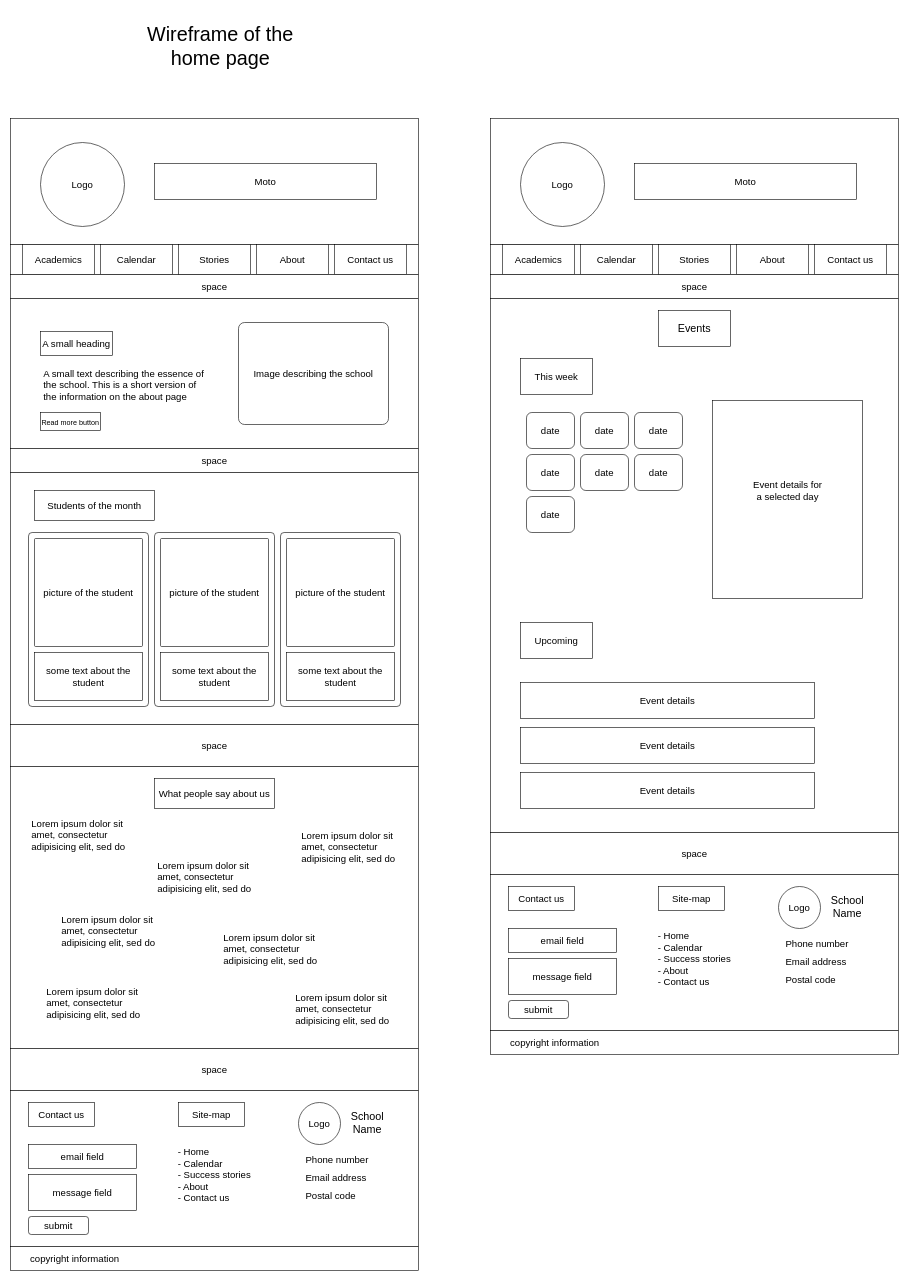
Above: calendar_page_wireframe.drawio in sami-bre/UGR-0848-13 (draw.io), before the change. Source tidied: cells renumbered, new cells numbered last; positions are measured from the earlier drawing's top-left corner, leaving out a move shared by most shapes. Both pictures are drawn from the tidied source at 60%, with x=0, y=0 at pixel (10, 16).
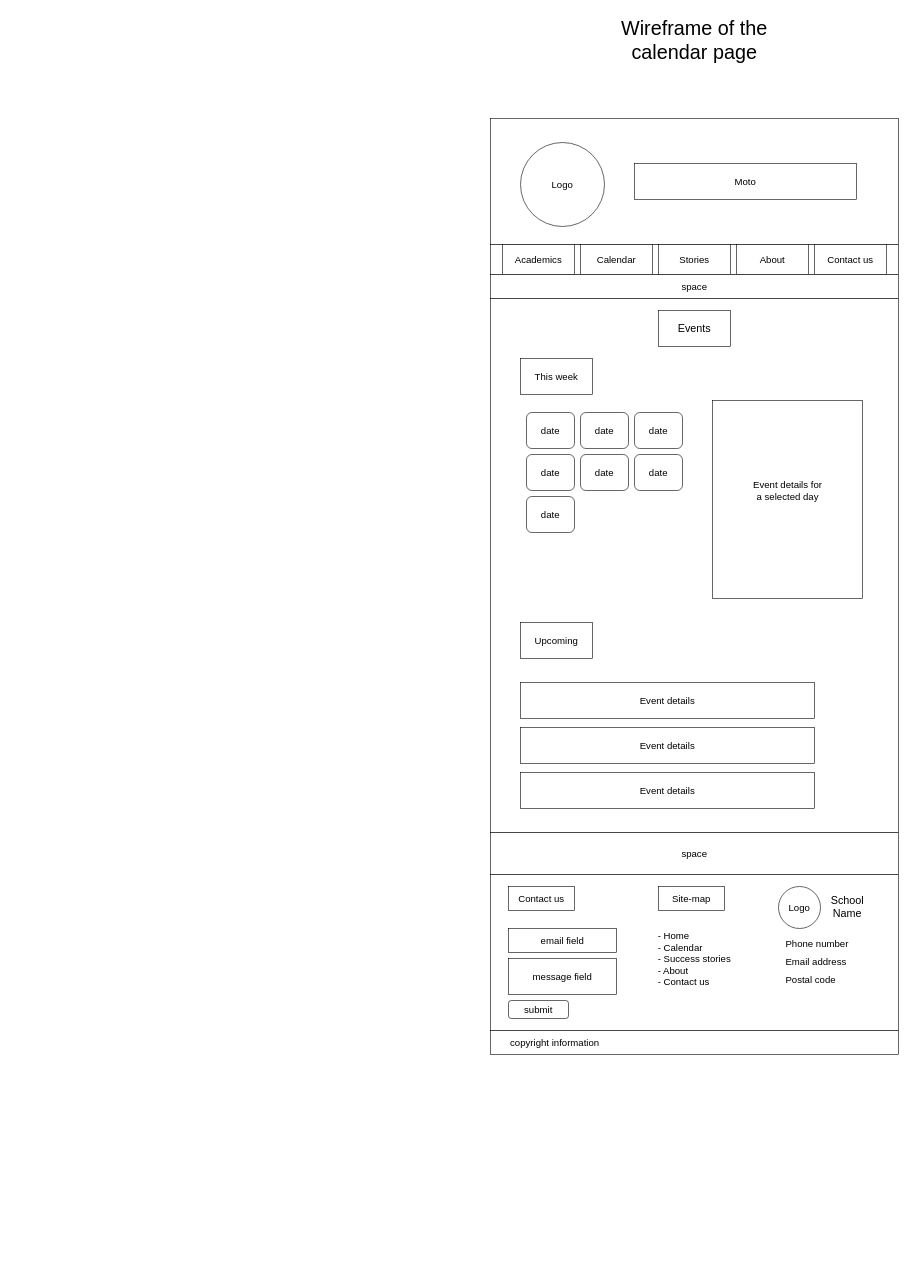
Above is the later version.

What changed in the source:
```diff
@@
-    <mxCell id="2" style="rounded=0;whiteSpace=wrap;html=1;" parent="1" vertex="1">
-      <mxGeometry y="170" width="680" height="210" as="geometry" />
-    </mxCell>
-    <mxCell id="3" value="&lt;font style=&quot;font-size: 16px;&quot;&gt;Logo&lt;/font&gt;" style="ellipse;whiteSpace=wrap;html=1;" parent="1" vertex="1">
-      <mxGeometry x="50" y="210" width="140" height="140" as="geometry" />
-    </mxCell>
-    <mxCell id="4" value="Moto" style="rounded=0;whiteSpace=wrap;html=1;fontSize=16;" parent="1" vertex="1">
-      <mxGeometry x="240" y="245" width="370" height="60" as="geometry" />
-    </mxCell>
-    <mxCell id="5" style="rounded=0;whiteSpace=wrap;html=1;fontSize=16;" parent="1" vertex="1">
-      <mxGeometry y="380" width="680" height="50" as="geometry" />
-    </mxCell>
-    <mxCell id="6" value="Academics" style="rounded=0;whiteSpace=wrap;html=1;fontSize=16;" parent="1" vertex="1">
-      <mxGeometry x="20" y="380" width="120" height="50" as="geometry" />
-    </mxCell>
-    <mxCell id="7" value="Calendar" style="rounded=0;whiteSpace=wrap;html=1;fontSize=16;" parent="1" vertex="1">
-      <mxGeometry x="150" y="380" width="120" height="50" as="geometry" />
-    </mxCell>
-    <mxCell id="8" value="About" style="rounded=0;whiteSpace=wrap;html=1;fontSize=16;" parent="1" vertex="1">
-      <mxGeometry x="410" y="380" width="120" height="50" as="geometry" />
-    </mxCell>
-    <mxCell id="9" value="Contact us" style="rounded=0;whiteSpace=wrap;html=1;fontSize=16;" parent="1" vertex="1">
-      <mxGeometry x="540" y="380" width="120" height="50" as="geometry" />
-    </mxCell>
-    <mxCell id="10" style="rounded=0;whiteSpace=wrap;html=1;fontSize=16;" parent="1" vertex="1">
-      <mxGeometry y="470" width="680" height="250" as="geometry" />
-    </mxCell>
-    <mxCell id="11" value="Image describing the school" style="rounded=1;whiteSpace=wrap;html=1;fontSize=16;arcSize=6;" parent="1" vertex="1">
-      <mxGeometry x="380" y="510" width="250" height="170" as="geometry" />
-    </mxCell>
-    <mxCell id="12" value="space" style="rounded=0;whiteSpace=wrap;html=1;fontSize=16;" parent="1" vertex="1">
-      <mxGeometry y="430" width="680" height="40" as="geometry" />
-    </mxCell>
-    <mxCell id="13" value="&lt;p&gt;A small text describing the essence of the school. This is a short version of the information on the about page&lt;br&gt;&lt;/p&gt;" style="text;html=1;strokeColor=none;fillColor=none;spacing=5;spacingTop=-20;whiteSpace=wrap;overflow=hidden;rounded=0;fontSize=16;" parent="1" vertex="1">
-      <mxGeometry x="50" y="580" width="280" height="70" as="geometry" />
-    </mxCell>
-    <mxCell id="14" value="A small heading" style="rounded=0;whiteSpace=wrap;html=1;fontSize=16;" parent="1" vertex="1">
-      <mxGeometry x="50" y="525" width="120" height="40" as="geometry" />
-    </mxCell>
-    <mxCell id="15" value="&lt;font style=&quot;font-size: 12px;&quot;&gt;Read more button&lt;/font&gt;" style="rounded=0;whiteSpace=wrap;html=1;fontSize=16;" parent="1" vertex="1">
-      <mxGeometry x="50" y="660" width="100" height="30" as="geometry" />
-    </mxCell>
-    <mxCell id="16" style="rounded=0;whiteSpace=wrap;html=1;fontSize=12;" parent="1" vertex="1">
-      <mxGeometry y="760" width="680" height="420" as="geometry" />
-    </mxCell>
-    <mxCell id="17" value="&lt;font style=&quot;font-size: 16px;&quot;&gt;Students of the month&lt;/font&gt;" style="rounded=0;whiteSpace=wrap;html=1;fontSize=12;" parent="1" vertex="1">
-      <mxGeometry x="40" y="790" width="200" height="50" as="geometry" />
-    </mxCell>
-    <mxCell id="18" value="space" style="rounded=0;whiteSpace=wrap;html=1;fontSize=16;" parent="1" vertex="1">
-      <mxGeometry y="720" width="680" height="40" as="geometry" />
-    </mxCell>
-    <mxCell id="19" style="rounded=1;whiteSpace=wrap;html=1;fontSize=16;arcSize=3;" parent="1" vertex="1">
-      <mxGeometry x="30" y="860" width="200" height="290" as="geometry" />
-    </mxCell>
-    <mxCell id="20" value="picture of the student" style="rounded=1;whiteSpace=wrap;html=1;fontSize=16;arcSize=1;" parent="1" vertex="1">
-      <mxGeometry x="40" y="870" width="180" height="180" as="geometry" />
-    </mxCell>
-    <mxCell id="21" value="some text about the student" style="rounded=0;whiteSpace=wrap;html=1;fontSize=16;" parent="1" vertex="1">
-      <mxGeometry x="40" y="1060" width="180" height="80" as="geometry" />
-    </mxCell>
-    <mxCell id="22" style="rounded=1;whiteSpace=wrap;html=1;fontSize=16;arcSize=3;" parent="1" vertex="1">
-      <mxGeometry x="240" y="860" width="200" height="290" as="geometry" />
-    </mxCell>
-    <mxCell id="23" value="picture of the student" style="rounded=1;whiteSpace=wrap;html=1;fontSize=16;arcSize=1;" parent="1" vertex="1">
-      <mxGeometry x="250" y="870" width="180" height="180" as="geometry" />
-    </mxCell>
-    <mxCell id="24" value="some text about the student" style="rounded=0;whiteSpace=wrap;html=1;fontSize=16;" parent="1" vertex="1">
-      <mxGeometry x="250" y="1060" width="180" height="80" as="geometry" />
-    </mxCell>
-    <mxCell id="25" style="rounded=1;whiteSpace=wrap;html=1;fontSize=16;arcSize=3;" parent="1" vertex="1">
-      <mxGeometry x="450" y="860" width="200" height="290" as="geometry" />
-    </mxCell>
-    <mxCell id="26" value="picture of the student" style="rounded=1;whiteSpace=wrap;html=1;fontSize=16;arcSize=1;" parent="1" vertex="1">
-      <mxGeometry x="460" y="870" width="180" height="180" as="geometry" />
-    </mxCell>
-    <mxCell id="27" value="some text about the student" style="rounded=0;whiteSpace=wrap;html=1;fontSize=16;" parent="1" vertex="1">
-      <mxGeometry x="460" y="1060" width="180" height="80" as="geometry" />
-    </mxCell>
-    <mxCell id="28" value="space" style="rounded=0;whiteSpace=wrap;html=1;fontSize=16;" parent="1" vertex="1">
-      <mxGeometry y="1180" width="680" height="70" as="geometry" />
-    </mxCell>
-    <mxCell id="29" style="rounded=0;whiteSpace=wrap;html=1;fontSize=12;" parent="1" vertex="1">
-      <mxGeometry y="1250" width="680" height="470" as="geometry" />
-    </mxCell>
-    <mxCell id="30" value="&lt;font style=&quot;font-size: 16px;&quot;&gt;What people say about us&lt;/font&gt;" style="rounded=0;whiteSpace=wrap;html=1;fontSize=12;" parent="1" vertex="1">
-      <mxGeometry x="240" y="1270" width="200" height="50" as="geometry" />
-    </mxCell>
-    <mxCell id="31" value="&lt;p&gt;Lorem ipsum dolor sit amet, consectetur adipisicing elit, sed do &lt;br&gt;&lt;/p&gt;" style="text;html=1;strokeColor=none;fillColor=none;spacing=5;spacingTop=-20;whiteSpace=wrap;overflow=hidden;rounded=0;fontSize=16;" parent="1" vertex="1">
-      <mxGeometry x="30" y="1330" width="190" height="70" as="geometry" />
-    </mxCell>
-    <mxCell id="32" value="&lt;p&gt;Lorem ipsum dolor sit amet, consectetur adipisicing elit, sed do &lt;br&gt;&lt;/p&gt;" style="text;html=1;strokeColor=none;fillColor=none;spacing=5;spacingTop=-20;whiteSpace=wrap;overflow=hidden;rounded=0;fontSize=16;" parent="1" vertex="1">
-      <mxGeometry x="470" y="1620" width="190" height="70" as="geometry" />
-    </mxCell>
-    <mxCell id="33" value="&lt;p&gt;Lorem ipsum dolor sit amet, consectetur adipisicing elit, sed do &lt;br&gt;&lt;/p&gt;" style="text;html=1;strokeColor=none;fillColor=none;spacing=5;spacingTop=-20;whiteSpace=wrap;overflow=hidden;rounded=0;fontSize=16;" parent="1" vertex="1">
-      <mxGeometry x="240" y="1400" width="190" height="70" as="geometry" />
-    </mxCell>
-    <mxCell id="34" value="&lt;p&gt;Lorem ipsum dolor sit amet, consectetur adipisicing elit, sed do &lt;br&gt;&lt;/p&gt;" style="text;html=1;strokeColor=none;fillColor=none;spacing=5;spacingTop=-20;whiteSpace=wrap;overflow=hidden;rounded=0;fontSize=16;" parent="1" vertex="1">
-      <mxGeometry x="55" y="1610" width="190" height="70" as="geometry" />
-    </mxCell>
-    <mxCell id="35" value="&lt;p&gt;Lorem ipsum dolor sit amet, consectetur adipisicing elit, sed do &lt;br&gt;&lt;/p&gt;" style="text;html=1;strokeColor=none;fillColor=none;spacing=5;spacingTop=-20;whiteSpace=wrap;overflow=hidden;rounded=0;fontSize=16;" parent="1" vertex="1">
-      <mxGeometry x="480" y="1350" width="190" height="70" as="geometry" />
-    </mxCell>
-    <mxCell id="36" value="&lt;p&gt;Lorem ipsum dolor sit amet, consectetur adipisicing elit, sed do &lt;br&gt;&lt;/p&gt;" style="text;html=1;strokeColor=none;fillColor=none;spacing=5;spacingTop=-20;whiteSpace=wrap;overflow=hidden;rounded=0;fontSize=16;" parent="1" vertex="1">
-      <mxGeometry x="350" y="1520" width="190" height="70" as="geometry" />
-    </mxCell>
-    <mxCell id="37" value="&lt;p&gt;Lorem ipsum dolor sit amet, consectetur adipisicing elit, sed do &lt;br&gt;&lt;/p&gt;" style="text;html=1;strokeColor=none;fillColor=none;spacing=5;spacingTop=-20;whiteSpace=wrap;overflow=hidden;rounded=0;fontSize=16;" parent="1" vertex="1">
-      <mxGeometry x="80" y="1490" width="190" height="70" as="geometry" />
-    </mxCell>
-    <mxCell id="38" value="space" style="rounded=0;whiteSpace=wrap;html=1;fontSize=16;" parent="1" vertex="1">
-      <mxGeometry y="1720" width="680" height="70" as="geometry" />
-    </mxCell>
-    <mxCell id="39" style="rounded=0;whiteSpace=wrap;html=1;fontSize=16;" parent="1" vertex="1">
-      <mxGeometry y="1790" width="680" height="260" as="geometry" />
-    </mxCell>
-    <mxCell id="40" value="Contact us" style="rounded=0;whiteSpace=wrap;html=1;fontSize=16;" parent="1" vertex="1">
-      <mxGeometry x="30" y="1810" width="110" height="40" as="geometry" />
-    </mxCell>
-    <mxCell id="41" value="email field" style="rounded=0;whiteSpace=wrap;html=1;fontSize=16;" parent="1" vertex="1">
-      <mxGeometry x="30" y="1880" width="180" height="40" as="geometry" />
-    </mxCell>
-    <mxCell id="42" value="message field" style="rounded=0;whiteSpace=wrap;html=1;fontSize=16;" parent="1" vertex="1">
-      <mxGeometry x="30" y="1930" width="180" height="60" as="geometry" />
-    </mxCell>
-    <mxCell id="43" value="submit" style="rounded=1;whiteSpace=wrap;html=1;fontSize=16;" parent="1" vertex="1">
-      <mxGeometry x="30" y="2000" width="100" height="30" as="geometry" />
-    </mxCell>
-    <mxCell id="44" value="Site-map" style="rounded=0;whiteSpace=wrap;html=1;fontSize=16;" parent="1" vertex="1">
-      <mxGeometry x="280" y="1810" width="110" height="40" as="geometry" />
-    </mxCell>
-    <mxCell id="45" value="&lt;div align=&quot;left&quot;&gt;- Home&lt;/div&gt;&lt;div align=&quot;left&quot;&gt;- Calendar&lt;/div&gt;&lt;div align=&quot;left&quot;&gt;- Success stories&lt;br&gt;&lt;/div&gt;&lt;div align=&quot;left&quot;&gt;- About&lt;/div&gt;&lt;div align=&quot;left&quot;&gt;- Contact us&lt;/div&gt;&lt;div&gt;&lt;br&gt;&lt;/div&gt;&lt;div&gt;&lt;br&gt;&lt;/div&gt;" style="text;html=1;strokeColor=none;fillColor=none;align=center;verticalAlign=middle;whiteSpace=wrap;rounded=0;fontSize=16;" parent="1" vertex="1">
-      <mxGeometry x="270" y="1880" width="140" height="140" as="geometry" />
-    </mxCell>
-    <mxCell id="46" value="Logo" style="ellipse;whiteSpace=wrap;html=1;fontSize=16;" parent="1" vertex="1">
-      <mxGeometry x="480" y="1810" width="70" height="70" as="geometry" />
-    </mxCell>
-    <mxCell id="47" value="&lt;font style=&quot;font-size: 18px;&quot;&gt;School Name&lt;/font&gt;" style="text;html=1;strokeColor=none;fillColor=none;align=center;verticalAlign=middle;whiteSpace=wrap;rounded=0;fontSize=16;" parent="1" vertex="1">
-      <mxGeometry x="550" y="1815" width="90" height="60" as="geometry" />
-    </mxCell>
-    <mxCell id="48" value="&lt;div align=&quot;left&quot;&gt;&lt;font style=&quot;font-size: 16px;&quot;&gt;Phone number&lt;/font&gt;&lt;/div&gt;" style="text;html=1;strokeColor=none;fillColor=none;align=left;verticalAlign=middle;whiteSpace=wrap;rounded=0;fontSize=18;" parent="1" vertex="1">
-      <mxGeometry x="490" y="1890" width="135" height="30" as="geometry" />
-    </mxCell>
-    <mxCell id="49" value="&lt;div style=&quot;font-size: 16px;&quot; align=&quot;left&quot;&gt;&lt;font style=&quot;font-size: 16px;&quot;&gt;Email address&lt;br&gt;&lt;/font&gt;&lt;/div&gt;" style="text;html=1;strokeColor=none;fillColor=none;align=left;verticalAlign=middle;whiteSpace=wrap;rounded=0;fontSize=18;" parent="1" vertex="1">
-      <mxGeometry x="490" y="1920" width="135" height="30" as="geometry" />
-    </mxCell>
-    <mxCell id="50" value="&lt;font style=&quot;font-size: 16px;&quot;&gt;Postal code&lt;/font&gt;" style="text;html=1;strokeColor=none;fillColor=none;align=left;verticalAlign=middle;whiteSpace=wrap;rounded=0;fontSize=18;" parent="1" vertex="1">
-      <mxGeometry x="490" y="1950" width="135" height="30" as="geometry" />
-    </mxCell>
-    <mxCell id="51" value="&lt;div align=&quot;left&quot;&gt;&amp;nbsp;&amp;nbsp;&amp;nbsp;&amp;nbsp;&amp;nbsp;&amp;nbsp; copyright information&lt;br&gt;&lt;/div&gt;" style="rounded=0;whiteSpace=wrap;html=1;fontSize=16;align=left;" parent="1" vertex="1">
-      <mxGeometry y="2050" width="680" height="40" as="geometry" />
-    </mxCell>
-    <mxCell id="52" value="&lt;font style=&quot;font-size: 33px;&quot;&gt;Wireframe of the home page&lt;/font&gt;" style="text;html=1;strokeColor=none;fillColor=none;align=center;verticalAlign=middle;whiteSpace=wrap;rounded=0;fontSize=16;" parent="1" vertex="1">
-      <mxGeometry x="190" width="320" height="100" as="geometry" />
+    <mxCell id="52" value="&lt;font style=&quot;font-size: 33px;&quot;&gt;Wireframe of the calendar page&lt;/font&gt;" style="text;html=1;strokeColor=none;fillColor=none;align=center;verticalAlign=middle;whiteSpace=wrap;rounded=0;fontSize=16;" parent="1" vertex="1">
+      <mxGeometry x="980" y="-10" width="320" height="100" as="geometry" />
     </mxCell>
-    <mxCell id="53" value="Stories" style="rounded=0;whiteSpace=wrap;html=1;fontSize=16;" parent="1" vertex="1">
-      <mxGeometry x="280" y="380" width="120" height="50" as="geometry" />
-    </mxCell>
```
